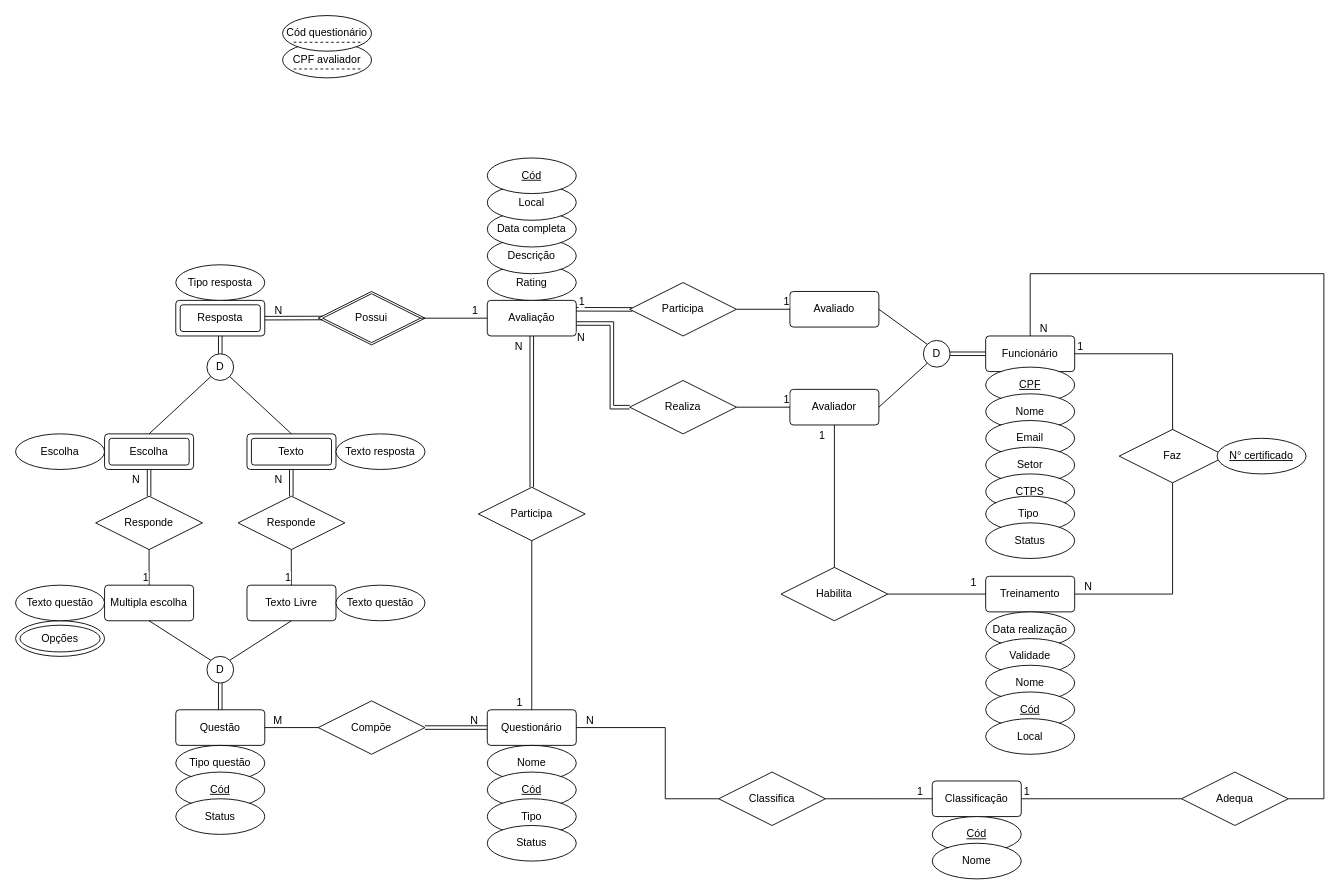
This is schema.drawio from MarcosDataScientist/projeto_banco_de_dados, a draw.io file, before an edit. Source tidied: cells renumbered, new cells numbered last; positions are measured from the earlier drawing's top-left corner, leaving out a move shared by most shapes. Both pictures are drawn from the tidied source at 89%, with x=0, y=0 at pixel (15, 15).
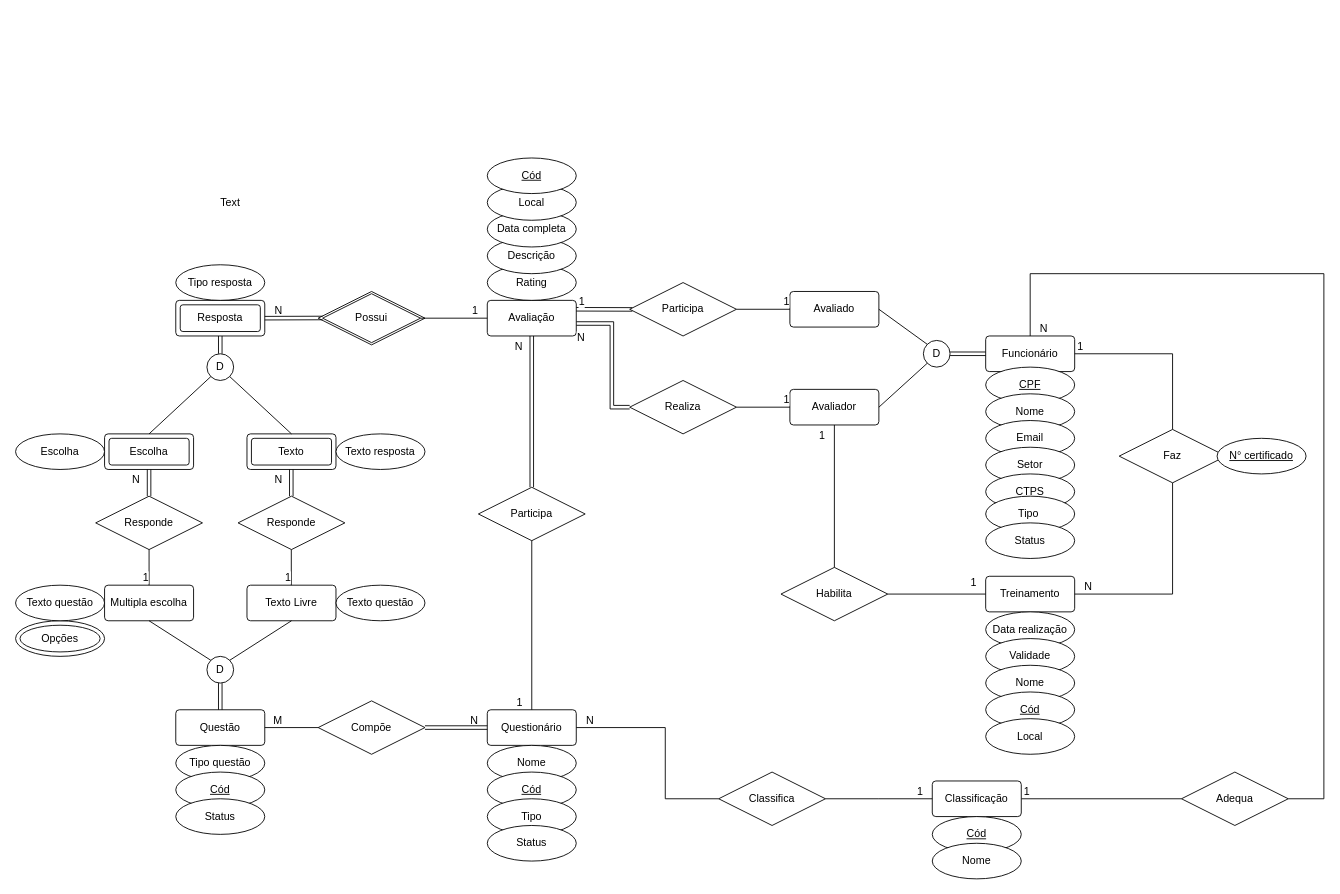
The same diagram, later.

Change to the diagram source:
```diff
@@
-    <mxCell id="84" value="CPF avaliador" style="ellipse;whiteSpace=wrap;html=1;align=center;labelBackgroundColor=default;fillColor=default;fontStyle=0;" parent="1" vertex="1">
-      <mxGeometry x="300" y="30" width="100" height="40" as="geometry" />
-    </mxCell>
-    <mxCell id="85" value="Cód questionário" style="ellipse;whiteSpace=wrap;html=1;align=center;labelBackgroundColor=default;fillColor=default;fontStyle=0;" parent="1" vertex="1">
-      <mxGeometry x="300" width="100" height="40" as="geometry" />
-    </mxCell>
@@
-    <mxCell id="87" style="endArrow=none;dashed=1;html=1;" parent="1" edge="1">
-      <mxGeometry relative="1" as="geometry">
-        <mxPoint x="312.5" y="60" as="sourcePoint" />
-        <mxPoint x="387.5" y="60" as="targetPoint" />
-      </mxGeometry>
-    </mxCell>
-    <mxCell id="88" style="endArrow=none;dashed=1;html=1;" parent="1" edge="1">
-      <mxGeometry relative="1" as="geometry">
-        <mxPoint x="312.5" y="30" as="sourcePoint" />
-        <mxPoint x="387.5" y="30" as="targetPoint" />
-      </mxGeometry>
-    </mxCell>
@@
+    <mxCell id="124" value="Text" style="text;html=1;align=center;verticalAlign=middle;strokeColor=none;fillColor=none;" parent="1" vertex="1">
+      <mxGeometry x="221" y="198" width="40" height="26" as="geometry" />
+    </mxCell>
```
